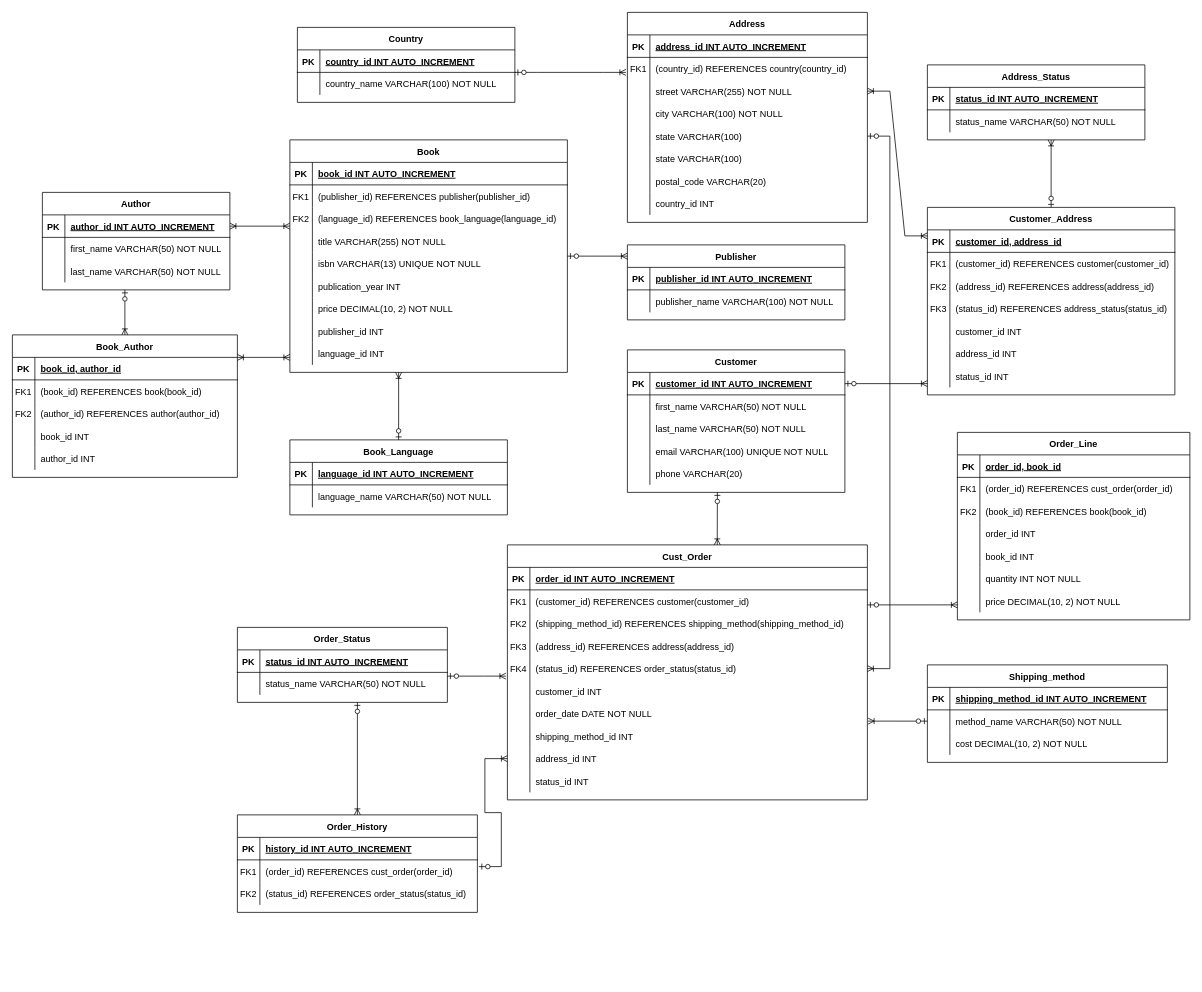
This is BookStore Database.drawio from Faqih001/Database-Group-Work-Assignment, a draw.io file, before an edit. Source tidied: cells renumbered, new cells numbered last; positions are measured from the earlier drawing's top-left corner, leaving out a move shared by most shapes. Both pictures are drawn from the tidied source at 75%, with x=0, y=0 at pixel (12, 12).
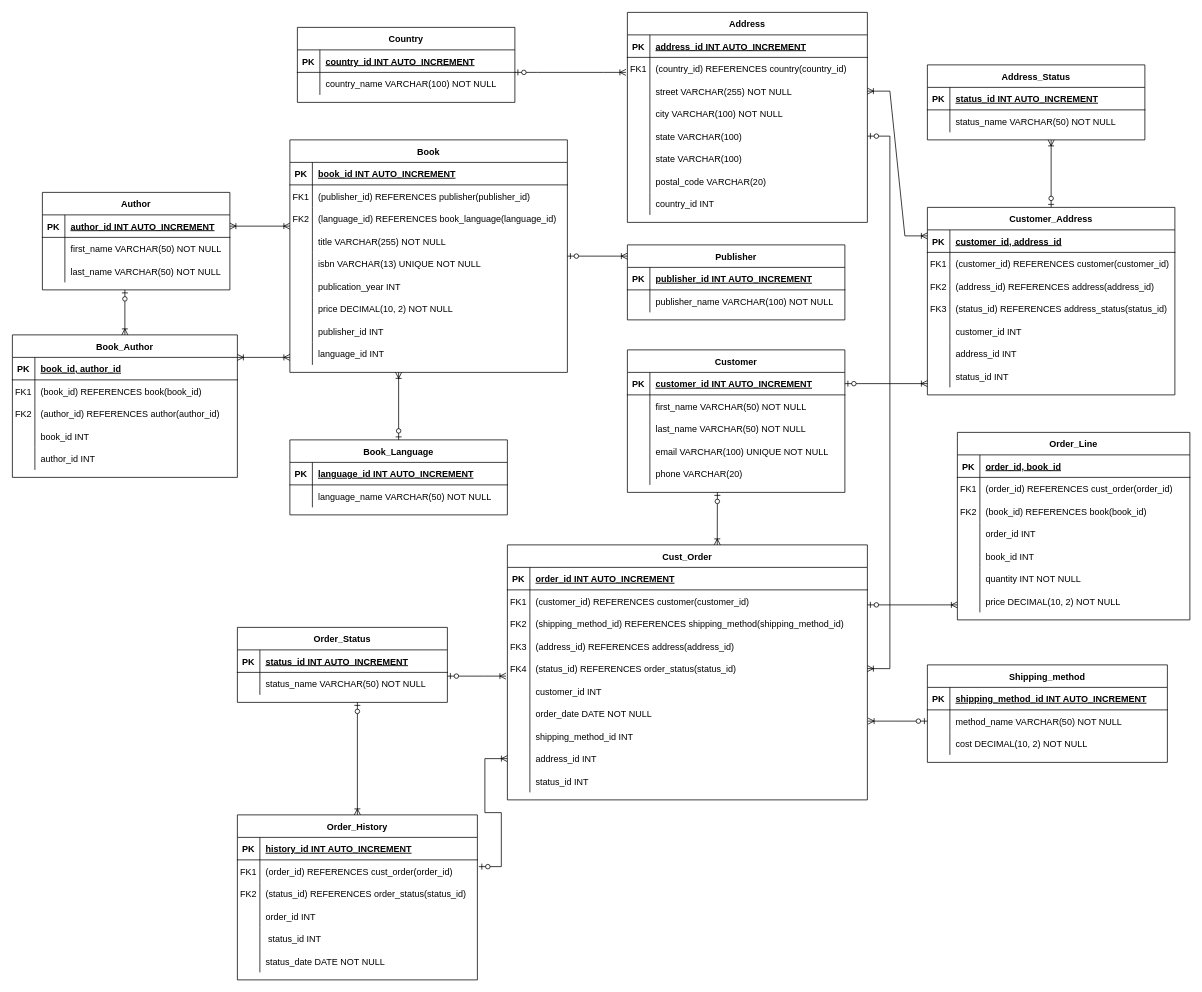
The same page after the edit.

Commit message (it also covers changes not shown here):
Update Draw.io ERD for Order_History table with new fields and adjust dimensions

Diff of the diagram source:
```diff
@@
     <mxCell id="128" value="Order_History" style="shape=table;startSize=30;childLayout=tableLayout;rowLines=0;fontStyle=1;align=center;" parent="1" vertex="1">
-      <mxGeometry x="300" y="1070" width="320" height="130" as="geometry" />
+      <mxGeometry x="300" y="1070" width="320" height="220" as="geometry" />
     </mxCell>
@@
+    <mxCell id="243" style="shape=partialRectangle;fillColor=none;top=0;left=0;right=0;bottom=0;" parent="128" vertex="1">
+      <mxGeometry y="120" width="320" height="30" as="geometry" />
+    </mxCell>
+    <mxCell id="244" style="shape=partialRectangle;overflow=hidden;fillColor=none;top=0;left=0;bottom=0;right=0;" parent="243" vertex="1">
+      <mxGeometry width="30" height="30" as="geometry" />
+    </mxCell>
+    <mxCell id="245" value="order_id INT" style="shape=partialRectangle;overflow=hidden;fillColor=none;top=0;left=0;bottom=0;right=0;align=left;spacingLeft=6;" parent="243" vertex="1">
+      <mxGeometry x="30" width="290" height="30" as="geometry" />
+    </mxCell>
+    <mxCell id="246" style="shape=partialRectangle;fillColor=none;top=0;left=0;right=0;bottom=0;" parent="128" vertex="1">
+      <mxGeometry y="150" width="320" height="30" as="geometry" />
+    </mxCell>
+    <mxCell id="247" style="shape=partialRectangle;overflow=hidden;fillColor=none;top=0;left=0;bottom=0;right=0;" parent="246" vertex="1">
+      <mxGeometry width="30" height="30" as="geometry" />
+    </mxCell>
+    <mxCell id="248" value=" status_id INT" style="shape=partialRectangle;overflow=hidden;fillColor=none;top=0;left=0;bottom=0;right=0;align=left;spacingLeft=6;" parent="246" vertex="1">
+      <mxGeometry x="30" width="290" height="30" as="geometry" />
+    </mxCell>
+    <mxCell id="249" style="shape=partialRectangle;fillColor=none;top=0;left=0;right=0;bottom=0;" parent="128" vertex="1">
+      <mxGeometry y="180" width="320" height="30" as="geometry" />
+    </mxCell>
+    <mxCell id="250" style="shape=partialRectangle;overflow=hidden;fillColor=none;top=0;left=0;bottom=0;right=0;" parent="249" vertex="1">
+      <mxGeometry width="30" height="30" as="geometry" />
+    </mxCell>
+    <mxCell id="251" value="status_date DATE NOT NULL" style="shape=partialRectangle;overflow=hidden;fillColor=none;top=0;left=0;bottom=0;right=0;align=left;spacingLeft=6;" parent="249" vertex="1">
+      <mxGeometry x="30" width="290" height="30" as="geometry" />
+    </mxCell>
```
